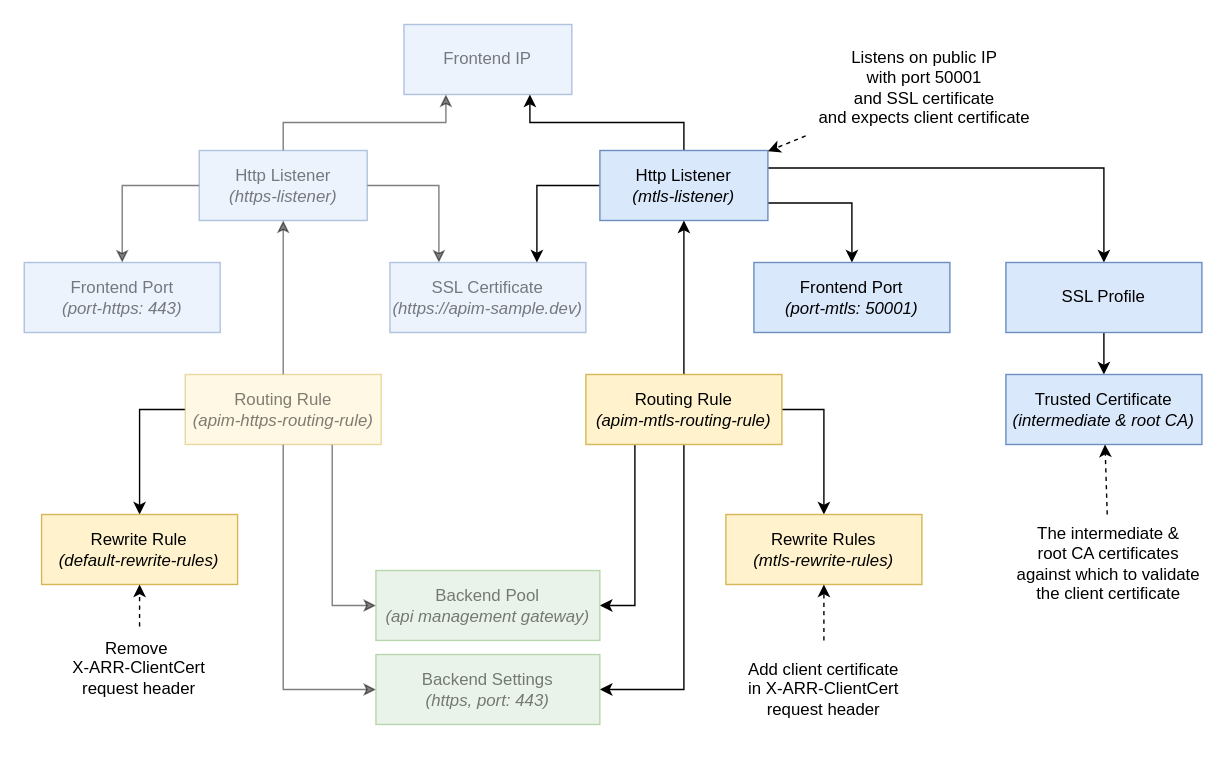
This is page "app-gateway-https-and-mtls-listener" (3 of 3) of static/images/apim-client-certificate-series/02-validate-client-certificate-in-apim-behind-agw/diagrams.drawio from ronaldbosma/blog, a draw.io file, before an edit. Source tidied: cells renumbered, new cells numbered last; positions are measured from the earlier drawing's top-left corner, leaving out a move shared by most shapes. Both pictures are drawn from the tidied source at 140%, with x=0, y=0 at pixel (24, 24).
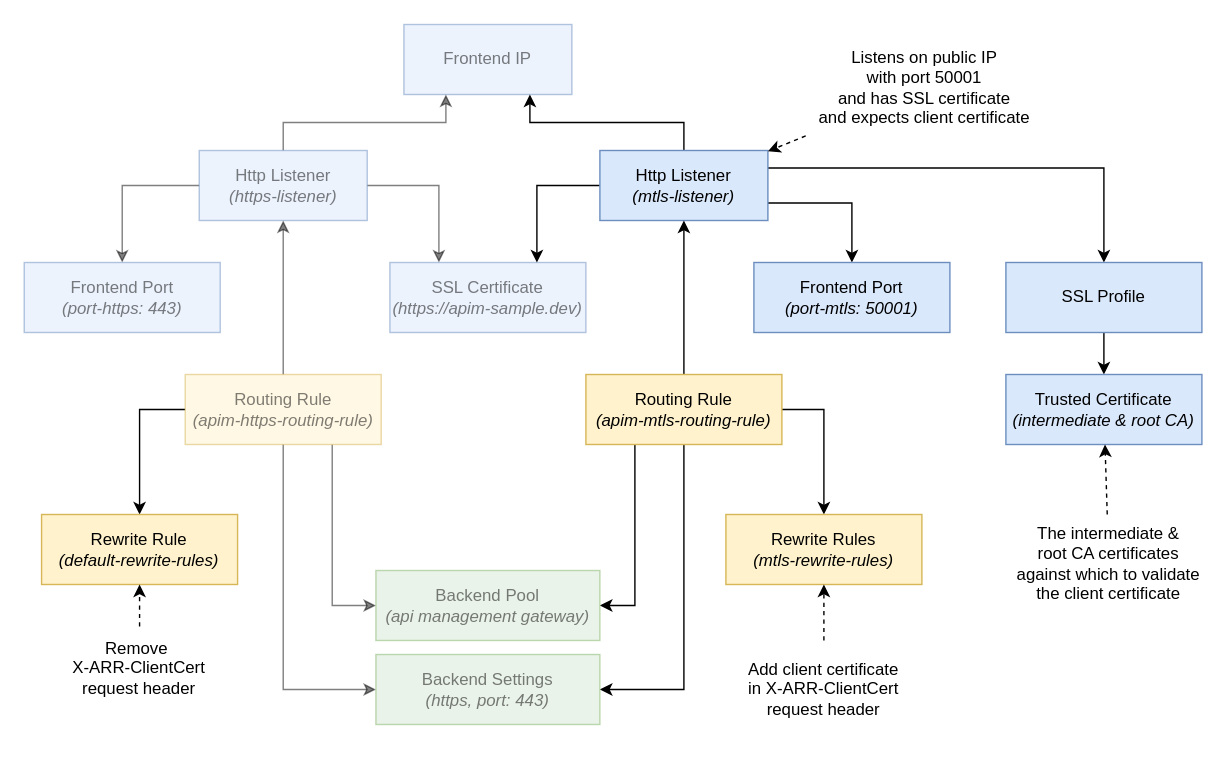
Above is the later version.

Change to the diagram source:
```diff
@@
-    <mxCell id="35" value="Listens on public IP &lt;br&gt;with port 50001&lt;br&gt;and SSL certificate&lt;br&gt;and expects client certificate" style="text;html=1;strokeColor=none;fillColor=none;align=center;verticalAlign=middle;whiteSpace=wrap;rounded=0;" parent="1" vertex="1">
+    <mxCell id="35" value="Listens on public IP &lt;br&gt;with port 50001&lt;br&gt;and has SSL certificate&lt;br&gt;and expects client certificate" style="text;html=1;strokeColor=none;fillColor=none;align=center;verticalAlign=middle;whiteSpace=wrap;rounded=0;" parent="1" vertex="1">
       <mxGeometry x="558" y="10" width="170" height="70" as="geometry" />
     </mxCell>
```
